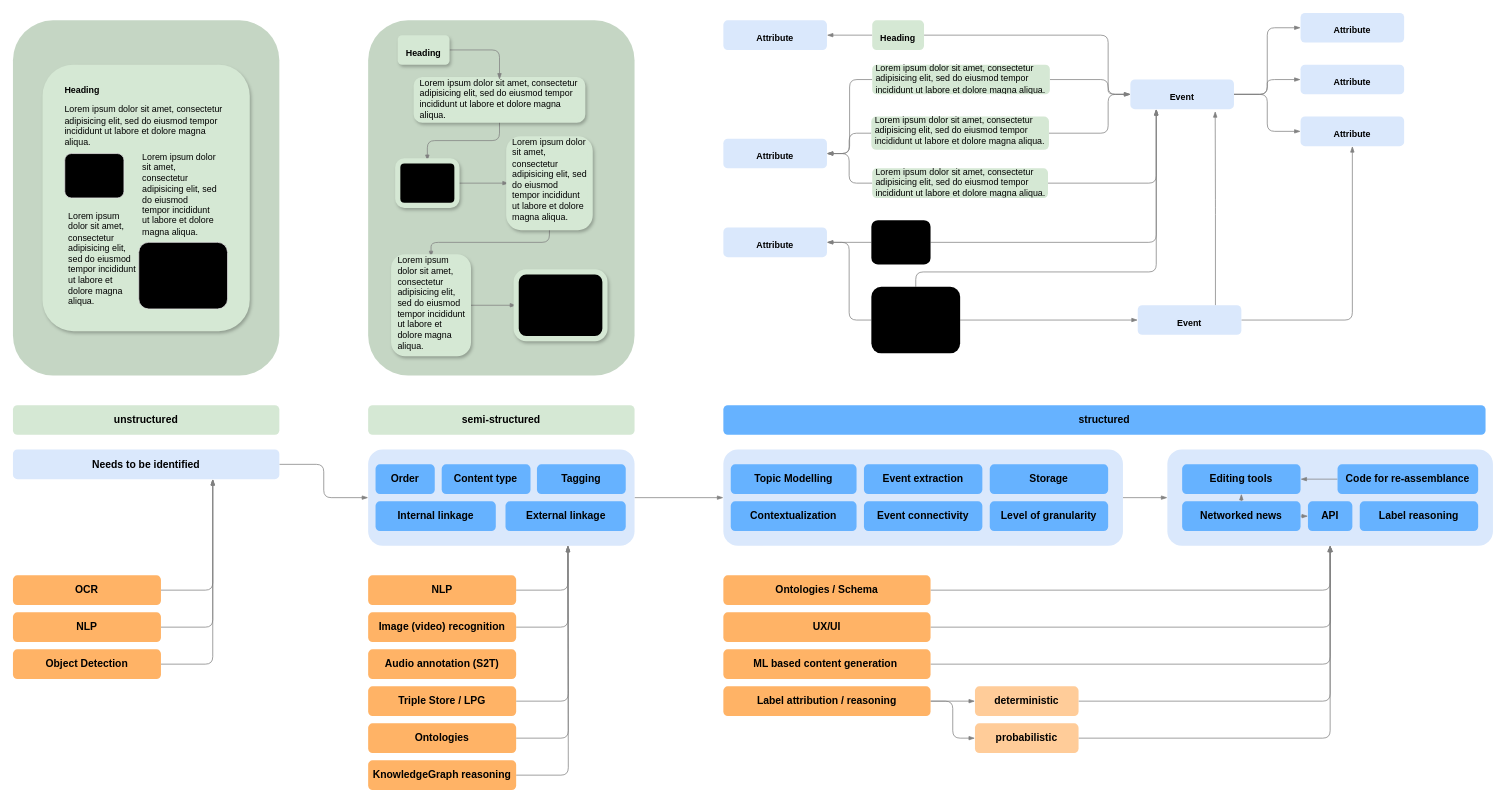
This is images/draw.io/xml/modular_news_4.drawio from zushicat/notes-on-modular-news, a draw.io file, before an edit. Source tidied: cells renumbered, new cells numbered last; positions are measured from the earlier drawing's top-left corner, leaving out a move shared by most shapes. Both pictures are drawn from the tidied source at 74%, with x=0, y=0 at pixel (13, 13).
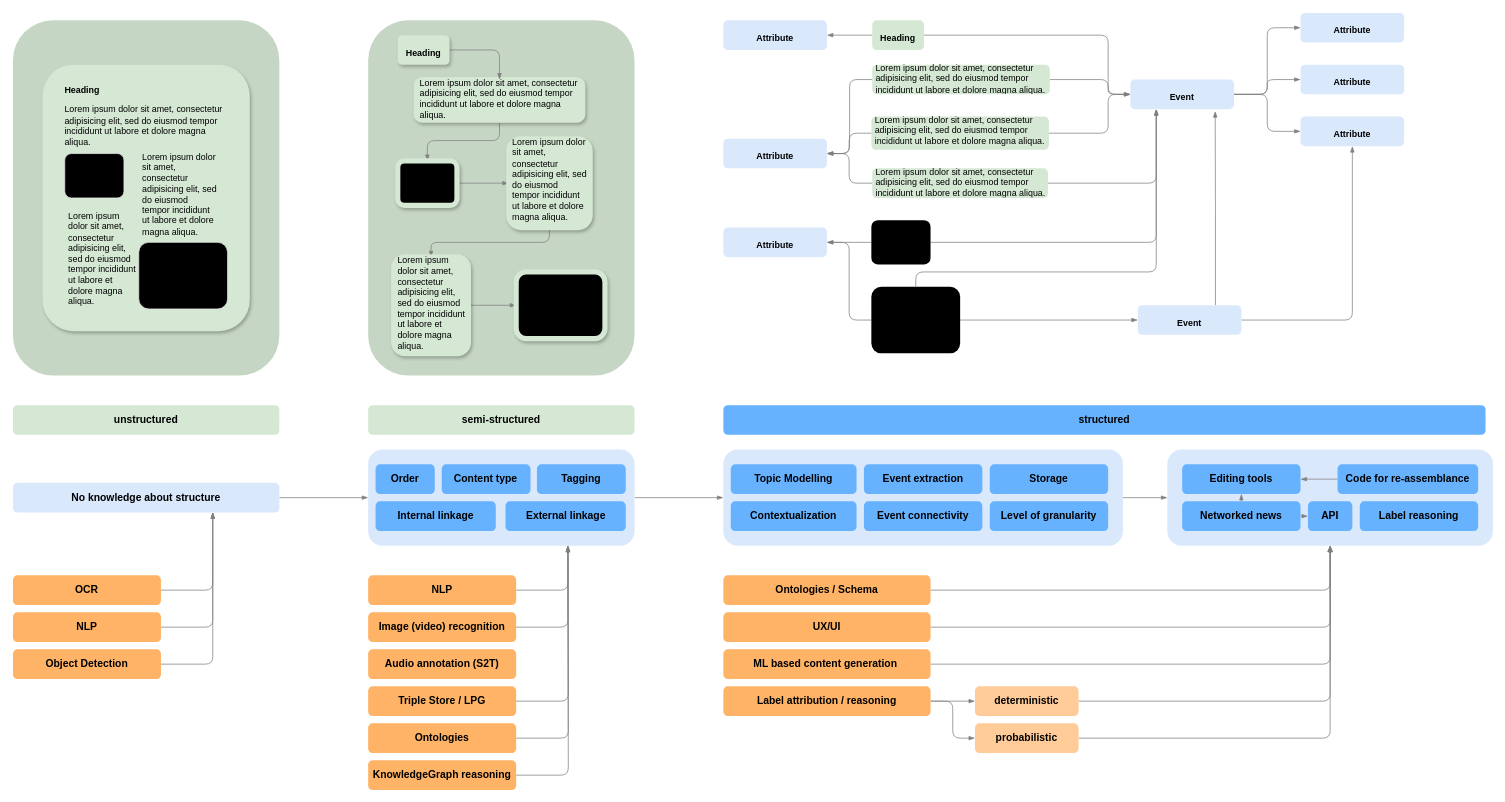
Above is the later version.

Diff of the diagram source:
```diff
@@
-    <mxCell id="31" value="&lt;font style=&quot;font-size: 14px&quot;&gt;&lt;b&gt;Needs to be identified&lt;/b&gt;&lt;br&gt;&lt;/font&gt;" style="rounded=1;whiteSpace=wrap;html=1;fillColor=#dae8fc;strokeColor=none;" parent="1" vertex="1">
-      <mxGeometry y="590" width="360" height="40" as="geometry" />
+    <mxCell id="31" value="&lt;font style=&quot;font-size: 14px&quot;&gt;&lt;b&gt;No knowledge about structure&lt;/b&gt;&lt;br&gt;&lt;/font&gt;" style="rounded=1;whiteSpace=wrap;html=1;fillColor=#dae8fc;strokeColor=none;" parent="1" vertex="1">
+      <mxGeometry y="635" width="360" height="40" as="geometry" />
     </mxCell>
```
